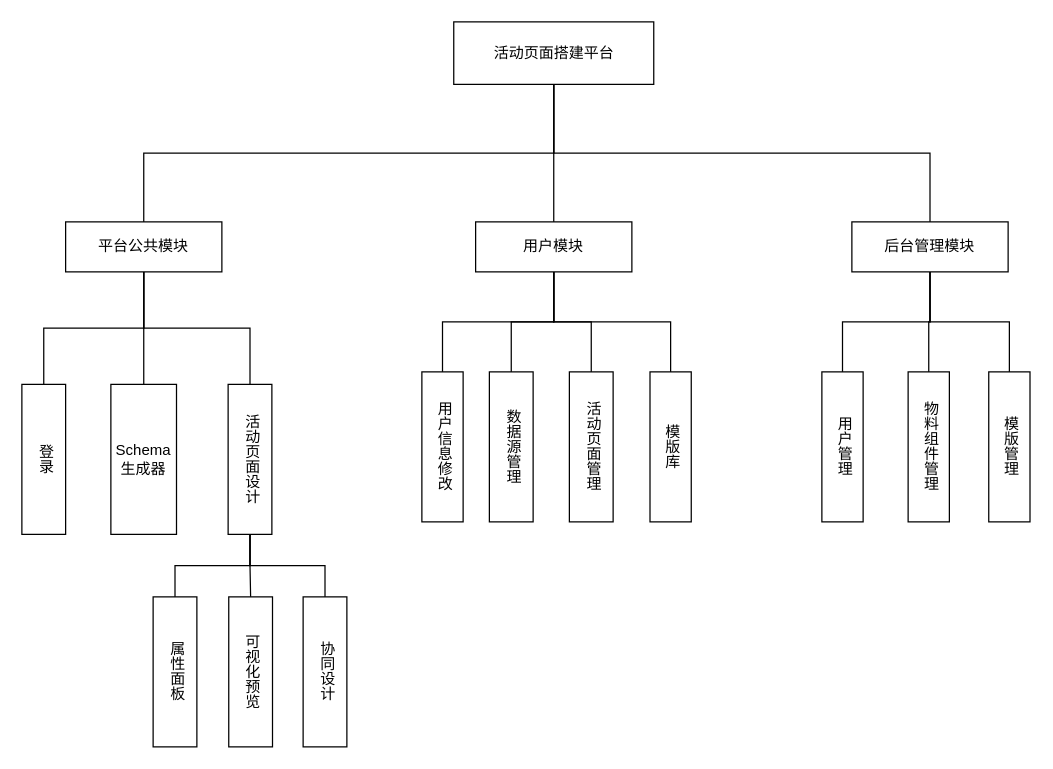
Above: 整体框图.drawio in yuxinyu12345/diagrams (draw.io), before the change. Source tidied: cells renumbered, new cells numbered last; positions are measured from the earlier drawing's top-left corner, leaving out a move shared by most shapes. Both pictures are drawn from the tidied source at 125%, with x=0, y=0 at pixel (21, 21).
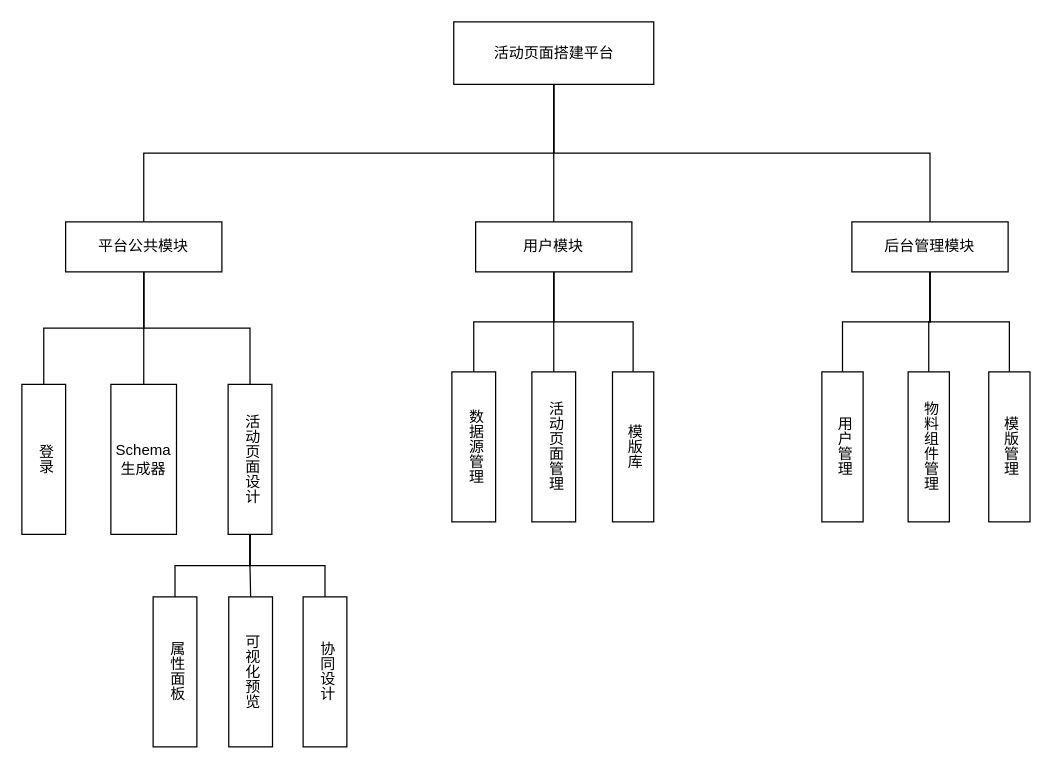
Above is the later version.

Commit message:
更新整体框图.drawio

The change refers to these unchanged cells:
```xml
<mxCell id="10" value="用户模块" style="rounded=0;whiteSpace=wrap;html=1;" parent="1" vertex="1">
  <mxGeometry x="363" y="160" width="125" height="40" as="geometry" />
</mxCell>
```

The edit, as a diff of the source:
```diff
@@
-    <mxCell id="9" style="edgeStyle=orthogonalEdgeStyle;rounded=0;jettySize=auto;html=1;exitX=0.5;exitY=1;exitDx=0;exitDy=0;entryX=0.5;entryY=0;entryDx=0;entryDy=0;endArrow=none;endFill=0;" parent="1" edge="1" source="10" target="34">
-      <mxGeometry relative="1" as="geometry" />
-    </mxCell>
@@
     <mxCell id="19" value="数据源管理" style="rounded=0;whiteSpace=wrap;html=1;verticalAlign=middle;align=center;labelPosition=center;verticalLabelPosition=middle;textDirection=vertical-rl;" parent="1" vertex="1">
-      <mxGeometry x="374" y="280" width="35" height="120" as="geometry" />
+      <mxGeometry x="344" y="280" width="35" height="120" as="geometry" />
     </mxCell>
     <mxCell id="20" value="活动页面管理" style="rounded=0;whiteSpace=wrap;html=1;verticalAlign=middle;align=center;labelPosition=center;verticalLabelPosition=middle;textDirection=vertical-rl;strokeWidth=1;" parent="1" vertex="1">
-      <mxGeometry x="438" y="280" width="35" height="120" as="geometry" />
+      <mxGeometry x="408" y="280" width="35" height="120" as="geometry" />
     </mxCell>
     <mxCell id="21" value="模版库" style="rounded=0;whiteSpace=wrap;html=1;verticalAlign=middle;align=center;labelPosition=center;verticalLabelPosition=middle;textDirection=vertical-rl;spacing=0;" parent="1" vertex="1">
-      <mxGeometry x="502.5" y="280" width="33" height="120" as="geometry" />
+      <mxGeometry x="472.5" y="280" width="33" height="120" as="geometry" />
     </mxCell>
@@
-    <mxCell id="34" value="用户信息修改" style="rounded=0;whiteSpace=wrap;html=1;verticalAlign=middle;align=center;labelPosition=center;verticalLabelPosition=middle;textDirection=vertical-rl;spacing=0;" parent="1" vertex="1">
-      <mxGeometry x="320" y="280" width="33" height="120" as="geometry" />
-    </mxCell>
```
